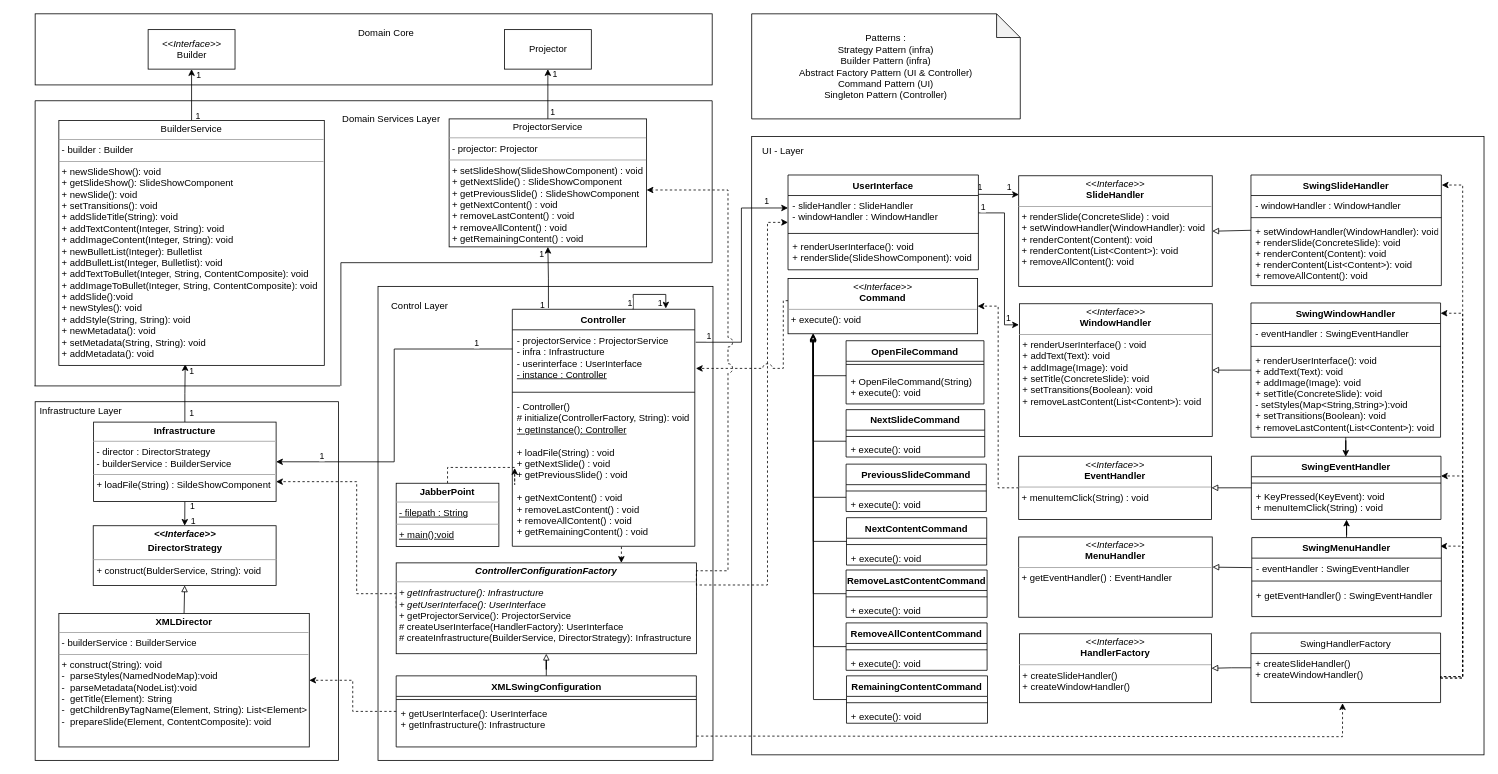
maartendekker1998/OU_jabberpoint keeps this draw.io diagram as Diagrams/NewDesign/Design with feature/LayersDesignFeatureRequest.drawio. Above is the earlier version. Source tidied: cells renumbered, new cells numbered last; positions are measured from the earlier drawing's top-left corner, leaving out a move shared by most shapes. Both pictures are drawn from the tidied source at 79%, with x=0, y=0 at pixel (13, 13).
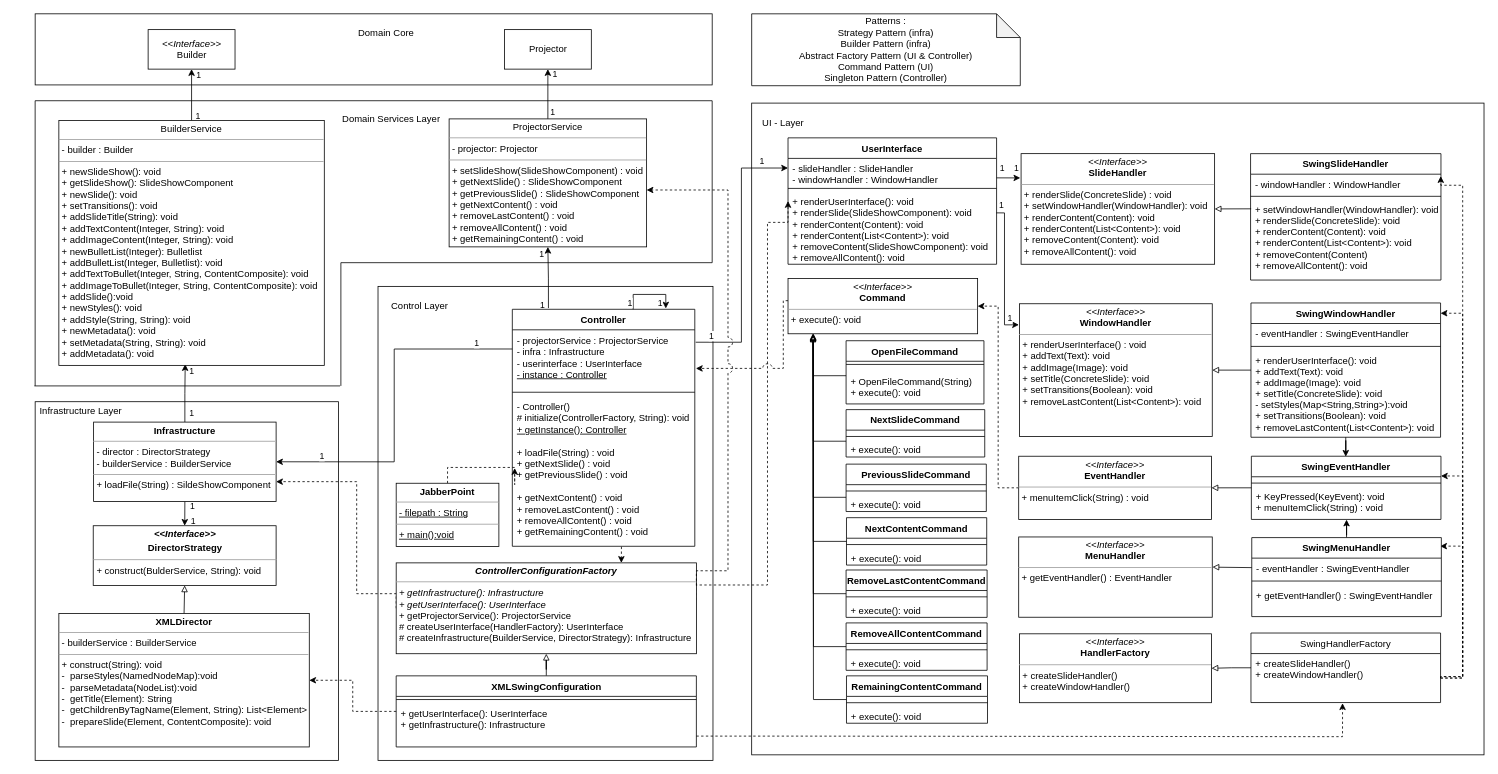
After the change.

Unchanged cells that the change refers to:
```xml
<mxCell id="77" value="+ createSlideHandler()&#10;+ createWindowHandler()" style="text;strokeColor=none;fillColor=none;align=left;verticalAlign=top;spacingLeft=4;spacingRight=4;overflow=hidden;points=[[0,0.5],[1,0.5]];portConstraint=eastwest;" parent="76" vertex="1">
  <mxGeometry y="26" width="240" height="62" as="geometry" />
</mxCell>
<mxCell id="82" value="&lt;p style=&quot;margin:0px;margin-top:4px;text-align:center;&quot;&gt;&lt;i&gt;&amp;lt;&amp;lt;Interface&amp;gt;&amp;gt;&lt;/i&gt;&lt;br&gt;&lt;b&gt;WindowHandler&lt;/b&gt;&lt;/p&gt;&lt;hr size=&quot;1&quot;&gt;&lt;p style=&quot;margin:0px;margin-left:4px;&quot;&gt;+ renderUserInterface() : void&lt;/p&gt;&lt;p style=&quot;margin:0px;margin-left:4px;&quot;&gt;+ addText(Text): void&lt;/p&gt;&lt;p style=&quot;margin:0px;margin-left:4px;&quot;&gt;+ addImage(Image): void&lt;/p&gt;&lt;p style=&quot;margin:0px;margin-left:4px;&quot;&gt;+ setTitle(ConcreteSlide): void&lt;/p&gt;&lt;p style=&quot;margin:0px;margin-left:4px;&quot;&gt;+ setTransitions(Boolean): void&lt;/p&gt;&lt;p style=&quot;margin:0px;margin-left:4px;&quot;&gt;+ removeLastContent(List&amp;lt;Content&amp;gt;): void&lt;/p&gt;" style="verticalAlign=top;align=left;overflow=fill;fontSize=12;fontFamily=Helvetica;html=1;" parent="1" vertex="1">
  <mxGeometry x="1273" y="367" width="244" height="168" as="geometry" />
</mxCell>
```

The edit, as a diff of the source:
```diff
@@
     <mxCell id="3" style="rounded=0;whiteSpace=wrap;html=1;" parent="1" vertex="1">
-      <mxGeometry x="934" y="155.2" width="927" height="782.8" as="geometry" />
+      <mxGeometry x="934" y="113" width="927" height="825" as="geometry" />
     </mxCell>
@@
-    <mxCell id="32" style="edgeStyle=orthogonalEdgeStyle;rounded=0;jumpStyle=arc;jumpSize=10;jettySize=auto;html=1;entryX=0.001;entryY=0.17;entryDx=0;entryDy=0;startArrow=none;startFill=0;endArrow=classic;endFill=1;exitX=0.996;exitY=-0.034;exitDx=0;exitDy=0;exitPerimeter=0;entryPerimeter=0;" parent="1" edge="1" source="36" target="83">
-      <mxGeometry relative="1" as="geometry" />
+    <mxCell id="32" style="edgeStyle=orthogonalEdgeStyle;rounded=0;jumpStyle=arc;jumpSize=10;jettySize=auto;html=1;startArrow=none;startFill=0;endArrow=classic;endFill=1;exitX=1;exitY=0.725;exitDx=0;exitDy=0;exitPerimeter=0;" parent="1" edge="1" source="36">
+      <mxGeometry relative="1" as="geometry">
+        <mxPoint x="1274" y="208" as="targetPoint" />
+      </mxGeometry>
     </mxCell>
     <mxCell id="33" value="1" style="edgeLabel;html=1;align=center;verticalAlign=middle;" parent="32" vertex="1">
       <mxGeometry x="-0.83" y="1" relative="1" as="geometry">
-        <mxPoint x="-2" y="-8" as="offset" />
+        <mxPoint x="3" y="-11" as="offset" />
       </mxGeometry>
     </mxCell>
     <mxCell id="34" value="1" style="edgeLabel;html=1;align=center;verticalAlign=middle;" parent="32" vertex="1">
       <mxGeometry x="0.65" relative="1" as="geometry">
-        <mxPoint x="-3" y="-9" as="offset" />
+        <mxPoint y="-12" as="offset" />
       </mxGeometry>
     </mxCell>
     <mxCell id="35" value="UserInterface" style="swimlane;fontStyle=1;align=center;verticalAlign=top;horizontal=1;startSize=26;" parent="1" vertex="1">
-      <mxGeometry x="980" y="204" width="241" height="120" as="geometry" />
+      <mxGeometry x="980" y="157" width="264" height="160" as="geometry" />
     </mxCell>
     <mxCell id="36" value="- slideHandler : SlideHandler&#10;- windowHandler : WindowHandler" style="text;strokeColor=none;fillColor=none;align=left;verticalAlign=top;spacingLeft=4;spacingRight=4;overflow=hidden;points=[[0,0.5],[1,0.5]];portConstraint=eastwest;" parent="35" vertex="1">
-      <mxGeometry y="26" width="241" height="44" as="geometry" />
+      <mxGeometry y="26" width="264" height="34" as="geometry" />
     </mxCell>
     <mxCell id="37" style="line;strokeWidth=1;fillColor=none;align=left;verticalAlign=middle;spacingTop=-1;spacingLeft=3;spacingRight=3;labelPosition=right;strokeColor=inherit;" parent="35" vertex="1">
-      <mxGeometry y="70" width="241" height="8" as="geometry" />
+      <mxGeometry y="60" width="264" height="8" as="geometry" />
     </mxCell>
-    <mxCell id="38" value="+ renderUserInterface(): void&#10;+ renderSlide(SlideShowComponent): void" style="text;strokeColor=none;fillColor=none;align=left;verticalAlign=top;spacingLeft=4;spacingRight=4;overflow=hidden;points=[[0,0.5],[1,0.5]];portConstraint=eastwest;" parent="35" vertex="1">
-      <mxGeometry y="78" width="241" height="42" as="geometry" />
+    <mxCell id="38" value="+ renderUserInterface(): void&#10;+ renderSlide(SlideShowComponent): void&#10;+ renderContent(Content): void&#10;+ renderContent(List&lt;Content&gt;): void&#10;+ removeContent(SlideShowComponent): void&#10;+ removeAllContent(): void" style="text;strokeColor=none;fillColor=none;align=left;verticalAlign=top;spacingLeft=4;spacingRight=4;overflow=hidden;points=[[0,0.5],[1,0.5]];portConstraint=eastwest;" parent="35" vertex="1">
+      <mxGeometry y="68" width="264" height="92" as="geometry" />
     </mxCell>
@@
     <mxCell id="62" value="UI - Layer" style="text;html=1;strokeColor=none;fillColor=none;align=center;verticalAlign=middle;whiteSpace=wrap;rounded=0;" parent="1" vertex="1">
-      <mxGeometry x="944" y="159.2" width="60" height="30" as="geometry" />
+      <mxGeometry x="944" y="123" width="60" height="30" as="geometry" />
     </mxCell>
@@
-    <mxCell id="75" style="edgeStyle=orthogonalEdgeStyle;rounded=0;jumpStyle=none;jumpSize=12;jettySize=auto;html=1;entryX=1.002;entryY=0.091;entryDx=0;entryDy=0;entryPerimeter=0;dashed=1;startArrow=none;startFill=0;endArrow=classic;endFill=1;exitX=1;exitY=0.5;exitDx=0;exitDy=0;" parent="1" edge="1" source="77" target="98">
+    <mxCell id="75" style="edgeStyle=orthogonalEdgeStyle;rounded=0;jumpStyle=none;jumpSize=12;jettySize=auto;html=1;entryX=0.999;entryY=0.178;entryDx=0;entryDy=0;entryPerimeter=0;dashed=1;startArrow=none;startFill=0;endArrow=classic;endFill=1;exitX=1;exitY=0.5;exitDx=0;exitDy=0;" parent="1" edge="1" source="77" target="98">
       <mxGeometry relative="1" as="geometry">
         <Array as="points">
           <mxPoint x="1834" y="841" />
           <mxPoint x="1834" y="217" />
         </Array>
       </mxGeometry>
     </mxCell>
@@
     <mxCell id="78" value="Patterns :&lt;br&gt;Strategy Pattern (infra)&lt;br&gt;Builder Pattern (infra)&lt;br&gt;Abstract Factory Pattern (UI &amp;amp; Controller)&lt;br&gt;Command Pattern (UI)&lt;br&gt;Singleton Pattern (Controller)" style="shape=note;whiteSpace=wrap;html=1;backgroundOutline=1;darkOpacity=0.05;" parent="1" vertex="1">
-      <mxGeometry x="934" width="340" height="133" as="geometry" />
+      <mxGeometry x="934" width="340" height="91" as="geometry" />
     </mxCell>
@@
-    <mxCell id="83" value="&lt;p style=&quot;margin:0px;margin-top:4px;text-align:center;&quot;&gt;&lt;i&gt;&amp;lt;&amp;lt;Interface&amp;gt;&amp;gt;&lt;/i&gt;&lt;br&gt;&lt;b&gt;SlideHandler&lt;/b&gt;&lt;/p&gt;&lt;hr size=&quot;1&quot;&gt;&lt;p style=&quot;margin:0px;margin-left:4px;&quot;&gt;+ renderSlide(ConcreteSlide) : void&lt;/p&gt;&lt;p style=&quot;margin:0px;margin-left:4px;&quot;&gt;+ setWindowHandler(WindowHandler): void&lt;/p&gt;&lt;p style=&quot;margin:0px;margin-left:4px;&quot;&gt;+ renderContent(Content): void&lt;/p&gt;&lt;p style=&quot;margin:0px;margin-left:4px;&quot;&gt;+ renderContent(List&amp;lt;Content&amp;gt;): void&lt;/p&gt;&lt;p style=&quot;margin:0px;margin-left:4px;&quot;&gt;+ removeAllContent(): void&lt;/p&gt;" style="verticalAlign=top;align=left;overflow=fill;fontSize=12;fontFamily=Helvetica;html=1;" parent="1" vertex="1">
-      <mxGeometry x="1272" y="205" width="245" height="140" as="geometry" />
+    <mxCell id="83" value="&lt;p style=&quot;margin:0px;margin-top:4px;text-align:center;&quot;&gt;&lt;i&gt;&amp;lt;&amp;lt;Interface&amp;gt;&amp;gt;&lt;/i&gt;&lt;br&gt;&lt;b&gt;SlideHandler&lt;/b&gt;&lt;/p&gt;&lt;hr size=&quot;1&quot;&gt;&lt;p style=&quot;margin:0px;margin-left:4px;&quot;&gt;+ renderSlide(ConcreteSlide) : void&lt;/p&gt;&lt;p style=&quot;margin:0px;margin-left:4px;&quot;&gt;+ setWindowHandler(WindowHandler): void&lt;/p&gt;&lt;p style=&quot;margin:0px;margin-left:4px;&quot;&gt;+ renderContent(Content): void&lt;/p&gt;&lt;p style=&quot;margin:0px;margin-left:4px;&quot;&gt;+ renderContent(List&amp;lt;Content&amp;gt;): void&lt;/p&gt;&lt;p style=&quot;margin:0px;margin-left:4px;&quot;&gt;+ removeContent(Content): void&lt;/p&gt;&lt;p style=&quot;margin:0px;margin-left:4px;&quot;&gt;+ removeAllContent(): void&lt;/p&gt;" style="verticalAlign=top;align=left;overflow=fill;fontSize=12;fontFamily=Helvetica;html=1;" parent="1" vertex="1">
+      <mxGeometry x="1275" y="177" width="245" height="140" as="geometry" />
     </mxCell>
@@
-    <mxCell id="97" style="edgeStyle=orthogonalEdgeStyle;rounded=0;jumpStyle=arc;jumpSize=12;jettySize=auto;html=1;entryX=1;entryY=0.5;entryDx=0;entryDy=0;startArrow=none;startFill=0;endArrow=block;endFill=0;" parent="1" edge="1" source="98" target="83">
+    <mxCell id="97" style="edgeStyle=orthogonalEdgeStyle;rounded=0;jumpStyle=arc;jumpSize=12;jettySize=auto;html=1;entryX=1;entryY=0.5;entryDx=0;entryDy=0;startArrow=none;startFill=0;endArrow=block;endFill=0;exitX=0.003;exitY=0.116;exitDx=0;exitDy=0;exitPerimeter=0;" parent="1" edge="1" source="101" target="83">
       <mxGeometry relative="1" as="geometry" />
     </mxCell>
     <mxCell id="98" value="SwingSlideHandler" style="swimlane;fontStyle=1;align=center;verticalAlign=top;horizontal=1;startSize=26;" parent="1" vertex="1">
-      <mxGeometry x="1566" y="204" width="241" height="140" as="geometry" />
+      <mxGeometry x="1565.5" y="177" width="241" height="160" as="geometry" />
     </mxCell>
@@
-    <mxCell id="101" value="+ setWindowHandler(WindowHandler): void&#10;+ renderSlide(ConcreteSlide): void&#10;+ renderContent(Content): void&#10;+ renderContent(List&lt;Content&gt;): void&#10;+ removeAllContent(): void" style="text;strokeColor=none;fillColor=none;align=left;verticalAlign=top;spacingLeft=4;spacingRight=4;overflow=hidden;points=[[0,0.5],[1,0.5]];portConstraint=eastwest;" parent="98" vertex="1">
-      <mxGeometry y="58" width="241" height="82" as="geometry" />
+    <mxCell id="101" value="+ setWindowHandler(WindowHandler): void&#10;+ renderSlide(ConcreteSlide): void&#10;+ renderContent(Content): void&#10;+ renderContent(List&lt;Content&gt;): void&#10;+ removeContent(Content)&#10;+ removeAllContent(): void" style="text;strokeColor=none;fillColor=none;align=left;verticalAlign=top;spacingLeft=4;spacingRight=4;overflow=hidden;points=[[0,0.5],[1,0.5]];portConstraint=eastwest;" parent="98" vertex="1">
+      <mxGeometry y="58" width="241" height="102" as="geometry" />
     </mxCell>
@@
-    <mxCell id="117" style="edgeStyle=orthogonalEdgeStyle;rounded=0;jumpStyle=arc;jumpSize=10;jettySize=auto;html=1;entryX=-0.003;entryY=0.159;entryDx=0;entryDy=0;entryPerimeter=0;startArrow=none;startFill=0;endArrow=classic;endFill=1;" parent="1" edge="1" source="36" target="82">
+    <mxCell id="117" style="edgeStyle=orthogonalEdgeStyle;rounded=0;jumpStyle=arc;jumpSize=10;jettySize=auto;html=1;entryX=-0.003;entryY=0.159;entryDx=0;entryDy=0;entryPerimeter=0;startArrow=none;startFill=0;endArrow=classic;endFill=1;exitX=0.999;exitY=0.293;exitDx=0;exitDy=0;exitPerimeter=0;" parent="1" edge="1" source="38" target="82">
       <mxGeometry relative="1" as="geometry">
         <Array as="points">
           <mxPoint x="1254" y="252" />
           <mxPoint x="1254" y="394" />
         </Array>
       </mxGeometry>
     </mxCell>
     <mxCell id="118" value="1" style="edgeLabel;html=1;align=center;verticalAlign=middle;" parent="117" vertex="1">
       <mxGeometry x="-0.93" y="1" relative="1" as="geometry">
-        <mxPoint x="-2" y="-7" as="offset" />
+        <mxPoint y="-9" as="offset" />
       </mxGeometry>
     </mxCell>
```
